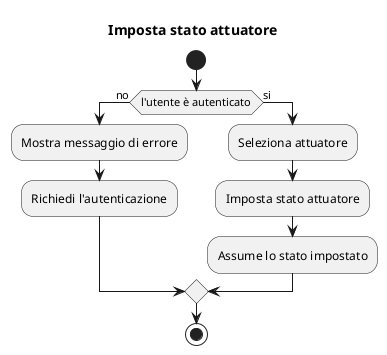
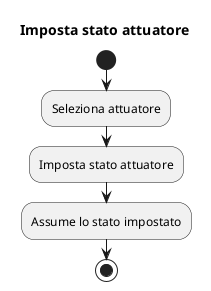
@startuml impostastato
title Imposta stato attuatore

start
- if (l'utente è autenticato) then (no)
-     :Mostra messaggio di errore;
-     :Richiedi l'autenticazione;
- else (si)
-     :Seleziona attuatore;
-     :Imposta stato attuatore;
-     :Assume lo stato impostato;
- endif
+ 
+ :Seleziona attuatore;
+ :Imposta stato attuatore;
+ :Assume lo stato impostato;
+ 
stop
@enduml